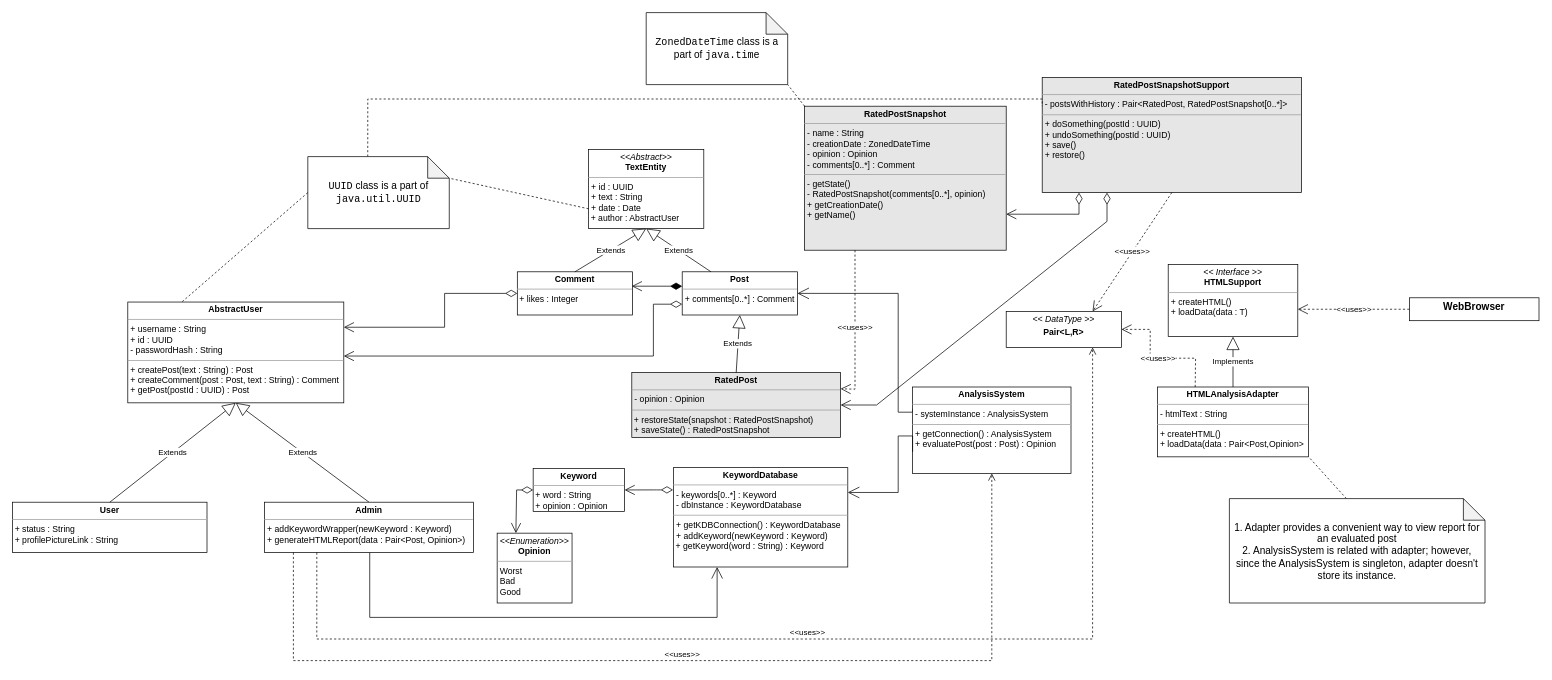
The draw.io diagram assignment3/uml/assignment3.drawio in ar7ch/iu-ssad, before the edit. Source tidied: cells renumbered, new cells numbered last; positions are measured from the earlier drawing's top-left corner, leaving out a move shared by most shapes. Both pictures are drawn from the tidied source at 72%, with x=0, y=0 at pixel (12, 12).
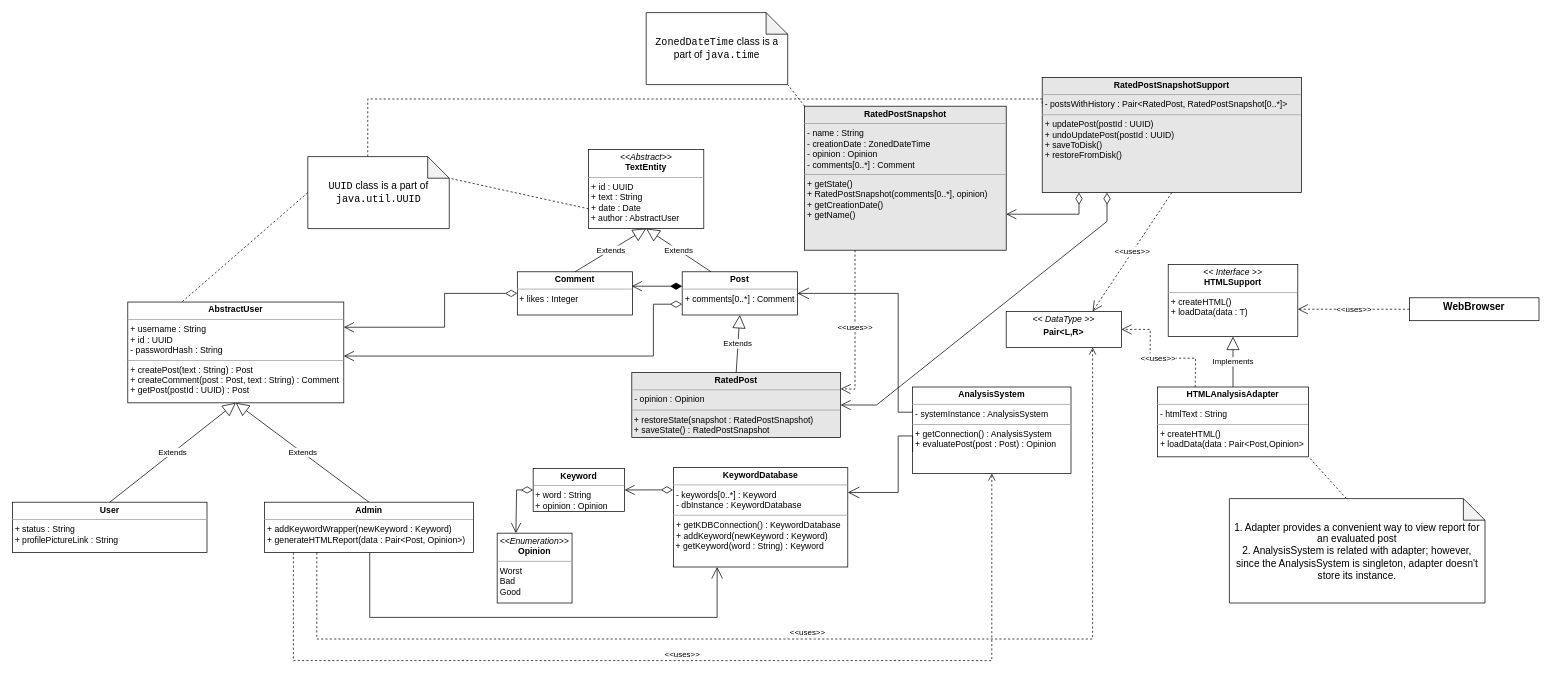
After the change.

Change to the diagram source:
```diff
@@
-    <mxCell id="29" value="&lt;p style=&quot;margin: 0px ; margin-top: 4px ; text-align: center&quot;&gt;&lt;b&gt;RatedPostSnapshot&lt;/b&gt;&lt;br&gt;&lt;/p&gt;&lt;hr size=&quot;1&quot;&gt;&lt;p style=&quot;margin: 0px ; margin-left: 4px&quot;&gt;- name : String&lt;/p&gt;&lt;p style=&quot;margin: 0px ; margin-left: 4px&quot;&gt;- creationDate : ZonedDateTime&lt;br&gt;&lt;/p&gt;&lt;p style=&quot;margin: 0px ; margin-left: 4px&quot;&gt;- opinion : Opinion&lt;/p&gt;&lt;p style=&quot;margin: 0px ; margin-left: 4px&quot;&gt;- comments[0..*] : Comment&lt;br&gt;&lt;/p&gt;&lt;hr size=&quot;1&quot;&gt;&lt;p style=&quot;margin: 0px ; margin-left: 4px&quot;&gt;- getState()&lt;/p&gt;&lt;p style=&quot;margin: 0px ; margin-left: 4px&quot;&gt;- RatedPostSnapshot(comments[0..*], opinion)&lt;br&gt;+ getCreationDate()&lt;/p&gt;&lt;p style=&quot;margin: 0px ; margin-left: 4px&quot;&gt;+ getName()&lt;br&gt;&lt;br&gt;&lt;/p&gt;" style="verticalAlign=top;align=left;overflow=fill;fontSize=12;fontFamily=Helvetica;html=1;fillColor=#E6E6E6;" parent="1" vertex="1">
+    <mxCell id="29" value="&lt;p style=&quot;margin: 0px ; margin-top: 4px ; text-align: center&quot;&gt;&lt;b&gt;RatedPostSnapshot&lt;/b&gt;&lt;br&gt;&lt;/p&gt;&lt;hr size=&quot;1&quot;&gt;&lt;p style=&quot;margin: 0px ; margin-left: 4px&quot;&gt;- name : String&lt;/p&gt;&lt;p style=&quot;margin: 0px ; margin-left: 4px&quot;&gt;- creationDate : ZonedDateTime&lt;br&gt;&lt;/p&gt;&lt;p style=&quot;margin: 0px ; margin-left: 4px&quot;&gt;- opinion : Opinion&lt;/p&gt;&lt;p style=&quot;margin: 0px ; margin-left: 4px&quot;&gt;- comments[0..*] : Comment&lt;br&gt;&lt;/p&gt;&lt;hr size=&quot;1&quot;&gt;&lt;p style=&quot;margin: 0px ; margin-left: 4px&quot;&gt;+ getState()&lt;/p&gt;&lt;p style=&quot;margin: 0px ; margin-left: 4px&quot;&gt;+ RatedPostSnapshot(comments[0..*], opinion)&lt;br&gt;+ getCreationDate()&lt;/p&gt;&lt;p style=&quot;margin: 0px ; margin-left: 4px&quot;&gt;+ getName()&lt;br&gt;&lt;br&gt;&lt;/p&gt;" style="verticalAlign=top;align=left;overflow=fill;fontSize=12;fontFamily=Helvetica;html=1;fillColor=#E6E6E6;" parent="1" vertex="1">
       <mxGeometry x="1100" y="130" width="280" height="200" as="geometry" />
     </mxCell>
@@
-    <mxCell id="32" value="&lt;p style=&quot;margin: 0px ; margin-top: 4px ; text-align: center&quot;&gt;&lt;b&gt;RatedPostSnapshotSupport&lt;/b&gt;&lt;br&gt;&lt;/p&gt;&lt;hr size=&quot;1&quot;&gt;&lt;p style=&quot;margin: 0px ; margin-left: 4px&quot;&gt;- postsWithHistory : Pair&amp;lt;RatedPost, RatedPostSnapshot[0..*]&amp;gt;&lt;br&gt;&lt;/p&gt;&lt;hr size=&quot;1&quot;&gt;&lt;p style=&quot;margin: 0px ; margin-left: 4px&quot;&gt;+ doSomething(postId : UUID)&lt;/p&gt;&lt;p style=&quot;margin: 0px ; margin-left: 4px&quot;&gt;+ undoSomething(postId : UUID)&lt;/p&gt;&lt;p style=&quot;margin: 0px ; margin-left: 4px&quot;&gt;+ save()&lt;/p&gt;&lt;p style=&quot;margin: 0px ; margin-left: 4px&quot;&gt;+ restore()&lt;br&gt;&lt;/p&gt;" style="verticalAlign=top;align=left;overflow=fill;fontSize=12;fontFamily=Helvetica;html=1;fillColor=#E6E6E6;" parent="1" vertex="1">
+    <mxCell id="32" value="&lt;p style=&quot;margin: 0px ; margin-top: 4px ; text-align: center&quot;&gt;&lt;b&gt;RatedPostSnapshotSupport&lt;/b&gt;&lt;br&gt;&lt;/p&gt;&lt;hr size=&quot;1&quot;&gt;&lt;p style=&quot;margin: 0px ; margin-left: 4px&quot;&gt;- postsWithHistory : Pair&amp;lt;RatedPost, RatedPostSnapshot[0..*]&amp;gt;&lt;br&gt;&lt;/p&gt;&lt;hr size=&quot;1&quot;&gt;&lt;p style=&quot;margin: 0px ; margin-left: 4px&quot;&gt;+ updatePost(postId : UUID)&lt;/p&gt;&lt;p style=&quot;margin: 0px ; margin-left: 4px&quot;&gt;+ undoUpdatePost(postId : UUID)&lt;/p&gt;&lt;p style=&quot;margin: 0px ; margin-left: 4px&quot;&gt;+ saveToDisk()&lt;/p&gt;&lt;p style=&quot;margin: 0px ; margin-left: 4px&quot;&gt;+ restoreFromDisk()&lt;br&gt;&lt;/p&gt;" style="verticalAlign=top;align=left;overflow=fill;fontSize=12;fontFamily=Helvetica;html=1;fillColor=#E6E6E6;" parent="1" vertex="1">
       <mxGeometry x="1430" y="90" width="360" height="160" as="geometry" />
     </mxCell>
```
